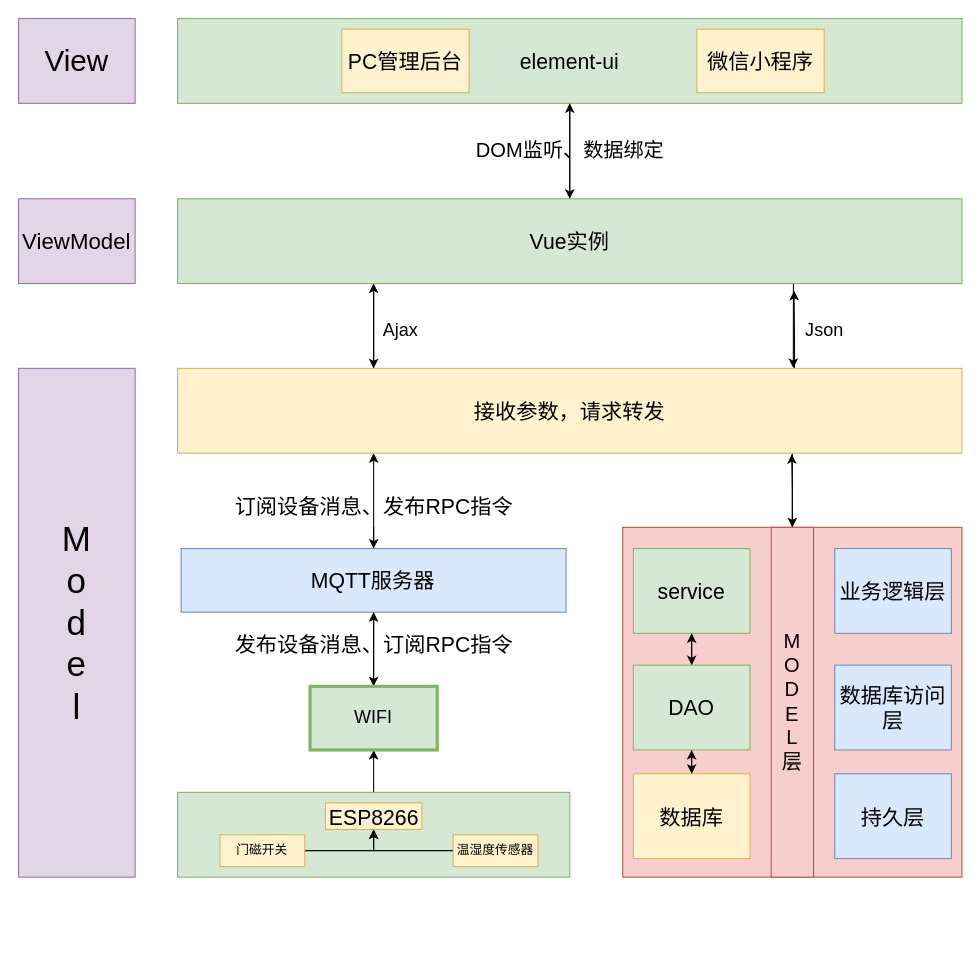
The draw.io diagram resources/未命名绘图.drawio in LY220214/LY220214.github.io, before the edit. Source tidied: cells renumbered, new cells numbered last; positions are measured from the earlier drawing's top-left corner, leaving out a move shared by most shapes. Both pictures are drawn from the tidied source at 106%, with x=0, y=0 at pixel (18, 18).
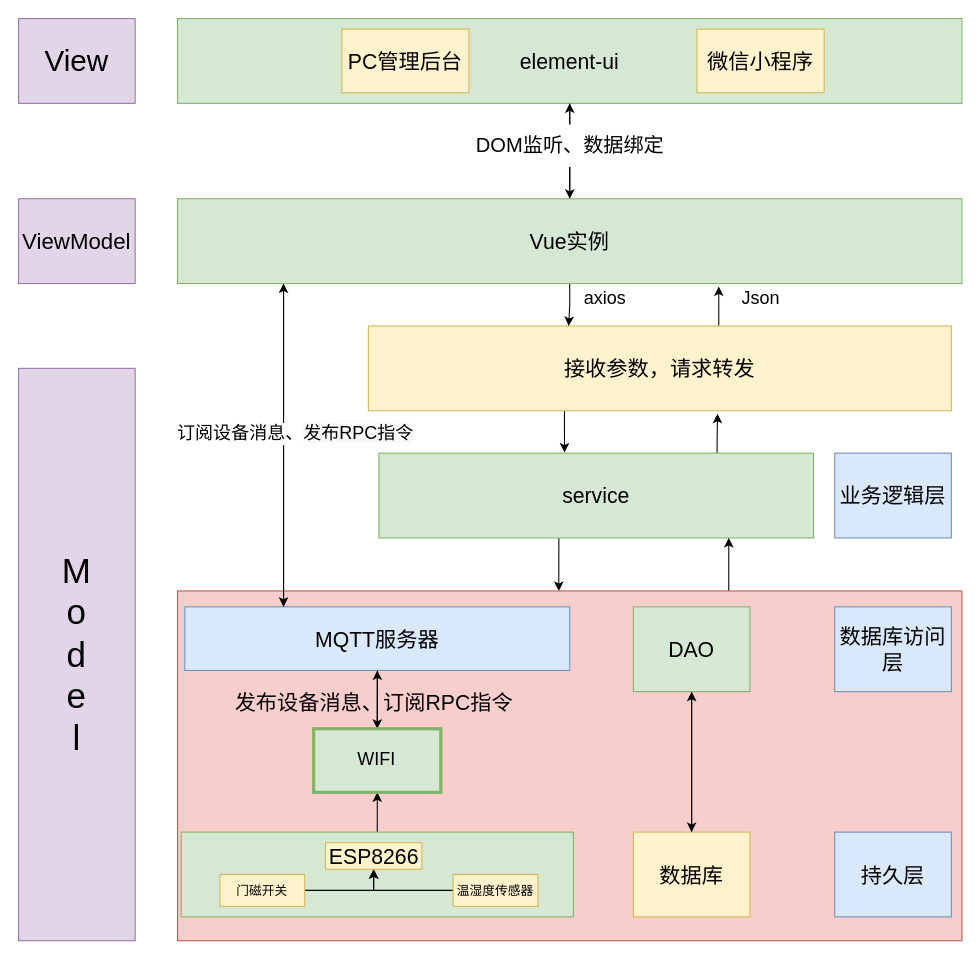
The same page after the edit.

Unchanged cells that the change refers to:
```xml
<mxCell id="41" value="Vue实例" style="rounded=0;whiteSpace=wrap;html=1;fontSize=20;fillColor=#d5e8d4;strokeColor=#82b366;" parent="1" vertex="1">
  <mxGeometry x="150" y="170" width="740" height="80" as="geometry" />
</mxCell>
```

The edit, as a diff of the source:
```diff
@@
+    <mxCell id="48" style="edgeStyle=orthogonalEdgeStyle;rounded=0;jettySize=auto;html=1;entryX=0.486;entryY=0;entryDx=0;entryDy=0;entryPerimeter=0;fontSize=17;fontColor=#000000;exitX=0.414;exitY=1;exitDx=0;exitDy=0;exitPerimeter=0;" parent="1" edge="1" source="31" target="2">
+      <mxGeometry relative="1" as="geometry" />
+    </mxCell>
+    <mxCell id="49" style="edgeStyle=orthogonalEdgeStyle;rounded=0;jettySize=auto;html=1;entryX=0.599;entryY=1.035;entryDx=0;entryDy=0;entryPerimeter=0;fontSize=17;fontColor=#000000;" parent="1" edge="1" source="31" target="23">
+      <mxGeometry relative="1" as="geometry">
+        <Array as="points">
+          <mxPoint x="659" y="400" />
+          <mxPoint x="659" y="400" />
+        </Array>
+      </mxGeometry>
+    </mxCell>
+    <mxCell id="31" value="service" style="rounded=0;whiteSpace=wrap;html=1;fontSize=20;fillColor=#d5e8d4;strokeColor=#82b366;" parent="1" vertex="1">
+      <mxGeometry x="340" y="410" width="410" height="80" as="geometry" />
+    </mxCell>
+    <mxCell id="50" style="edgeStyle=orthogonalEdgeStyle;rounded=0;jettySize=auto;html=1;entryX=0.805;entryY=1;entryDx=0;entryDy=0;entryPerimeter=0;fontSize=17;fontColor=#000000;" parent="1" edge="1" source="2" target="31">
+      <mxGeometry relative="1" as="geometry">
+        <Array as="points">
+          <mxPoint x="670" y="520" />
+          <mxPoint x="670" y="520" />
+        </Array>
+      </mxGeometry>
+    </mxCell>
     <mxCell id="2" style="rounded=0;whiteSpace=wrap;html=1;labelBackgroundColor=none;fontSize=28;fillColor=#f8cecc;strokeColor=#b85450;" parent="1" vertex="1">
-      <mxGeometry x="570" y="480" width="320" height="330" as="geometry" />
+      <mxGeometry x="150" y="540" width="740" height="330" as="geometry" />
     </mxCell>
@@
     <mxCell id="4" style="rounded=0;whiteSpace=wrap;html=1;fillColor=#d5e8d4;strokeColor=#82b366;" parent="1" vertex="1">
-      <mxGeometry x="150" y="730" width="370" height="80" as="geometry" />
+      <mxGeometry x="153.4" y="767.5" width="370" height="80" as="geometry" />
     </mxCell>
@@
     <mxCell id="6" value="门磁开关" style="rounded=0;whiteSpace=wrap;html=1;fillColor=#fff2cc;strokeColor=#d6b656;" parent="1" vertex="1">
-      <mxGeometry x="190" y="770" width="80" height="30" as="geometry" />
+      <mxGeometry x="190" y="807.5" width="80" height="30" as="geometry" />
     </mxCell>
@@
     <mxCell id="8" value="温湿度传感器" style="rounded=0;whiteSpace=wrap;html=1;fillColor=#fff2cc;strokeColor=#d6b656;" parent="1" vertex="1">
-      <mxGeometry x="410" y="770" width="80" height="30" as="geometry" />
+      <mxGeometry x="410" y="807.5" width="80" height="30" as="geometry" />
     </mxCell>
-    <mxCell id="9" style="edgeStyle=orthogonalEdgeStyle;rounded=0;jettySize=auto;html=1;entryX=0.25;entryY=1;entryDx=0;entryDy=0;" parent="1" edge="1" source="11" target="23">
-      <mxGeometry relative="1" as="geometry" />
-    </mxCell>
@@
+    <mxCell id="51" style="edgeStyle=orthogonalEdgeStyle;rounded=0;jettySize=auto;html=1;fontSize=17;fontColor=#000000;" parent="1" edge="1" source="11">
+      <mxGeometry relative="1" as="geometry">
+        <mxPoint x="250" y="250" as="targetPoint" />
+        <Array as="points">
+          <mxPoint x="250" y="510" />
+          <mxPoint x="250" y="510" />
+        </Array>
+      </mxGeometry>
+    </mxCell>
     <mxCell id="11" value="MQTT服务器" style="rounded=0;whiteSpace=wrap;html=1;fontSize=20;fillColor=#dae8fc;strokeColor=#6c8ebf;" parent="1" vertex="1">
-      <mxGeometry x="153.4" y="500" width="363.1" height="60" as="geometry" />
+      <mxGeometry x="156.9" y="555" width="363.1" height="60" as="geometry" />
     </mxCell>
@@
     <mxCell id="16" value="发布设备消息、订阅RPC指令" style="text;html=1;align=center;verticalAlign=middle;strokeColor=none;fillColor=none;fontSize=20;" parent="1" vertex="1">
-      <mxGeometry x="190" y="570" width="290" height="40" as="geometry" />
+      <mxGeometry x="190" y="625" width="290" height="40" as="geometry" />
     </mxCell>
@@
     <mxCell id="18" value="数据库" style="rounded=0;whiteSpace=wrap;html=1;fontSize=20;fillColor=#fff2cc;strokeColor=#d6b656;" parent="1" vertex="1">
-      <mxGeometry x="580" y="712.5" width="110" height="80" as="geometry" />
+      <mxGeometry x="580" y="767.5" width="110" height="80" as="geometry" />
     </mxCell>
-    <mxCell id="19" style="edgeStyle=orthogonalEdgeStyle;rounded=0;jettySize=auto;html=1;startArrow=none;" parent="1" edge="1" source="24" target="11">
-      <mxGeometry relative="1" as="geometry">
-        <Array as="points">
-          <mxPoint x="335" y="450" />
-        </Array>
-      </mxGeometry>
-    </mxCell>
-    <mxCell id="20" style="edgeStyle=orthogonalEdgeStyle;rounded=0;jettySize=auto;html=1;entryX=0.25;entryY=1;entryDx=0;entryDy=0;fontSize=19;fontColor=#000000;" parent="1" edge="1" source="23" target="41">
-      <mxGeometry relative="1" as="geometry">
-        <Array as="points">
-          <mxPoint x="335" y="310" />
-          <mxPoint x="335" y="310" />
-        </Array>
-      </mxGeometry>
-    </mxCell>
-    <mxCell id="21" style="edgeStyle=orthogonalEdgeStyle;rounded=0;jettySize=auto;html=1;entryX=0.786;entryY=1.086;entryDx=0;entryDy=0;entryPerimeter=0;fontSize=28;fontColor=#000000;" parent="1" edge="1" source="23" target="41">
-      <mxGeometry relative="1" as="geometry">
-        <Array as="points">
-          <mxPoint x="732" y="300" />
-          <mxPoint x="732" y="300" />
-        </Array>
-      </mxGeometry>
-    </mxCell>
-    <mxCell id="22" style="edgeStyle=orthogonalEdgeStyle;rounded=0;jettySize=auto;html=1;entryX=0.5;entryY=0;entryDx=0;entryDy=0;fontSize=28;fontColor=#000000;" parent="1" edge="1" source="23" target="37">
-      <mxGeometry relative="1" as="geometry">
-        <Array as="points">
-          <mxPoint x="730" y="430" />
-          <mxPoint x="730" y="430" />
-        </Array>
-      </mxGeometry>
-    </mxCell>
+    <mxCell id="52" style="edgeStyle=orthogonalEdgeStyle;rounded=0;jettySize=auto;html=1;entryX=0.427;entryY=-0.007;entryDx=0;entryDy=0;entryPerimeter=0;fontSize=17;fontColor=#000000;" parent="1" edge="1" source="23" target="31">
+      <mxGeometry relative="1" as="geometry">
+        <Array as="points">
+          <mxPoint x="515" y="390" />
+          <mxPoint x="515" y="390" />
+        </Array>
+      </mxGeometry>
+    </mxCell>
+    <mxCell id="53" style="edgeStyle=orthogonalEdgeStyle;rounded=0;jettySize=auto;html=1;entryX=0.69;entryY=1.035;entryDx=0;entryDy=0;entryPerimeter=0;fontSize=17;fontColor=#000000;" parent="1" edge="1" source="23" target="41">
+      <mxGeometry relative="1" as="geometry">
+        <Array as="points">
+          <mxPoint x="660" y="270" />
+        </Array>
+      </mxGeometry>
+    </mxCell>
     <mxCell id="23" value="接收参数，请求转发" style="rounded=0;whiteSpace=wrap;html=1;fontSize=20;fillColor=#fff2cc;strokeColor=#d6b656;" parent="1" vertex="1">
-      <mxGeometry x="150" y="330" width="740" height="80" as="geometry" />
+      <mxGeometry x="330" y="290" width="550" height="80" as="geometry" />
     </mxCell>
-    <mxCell id="24" value="订阅设备消息、发布RPC指令" style="text;html=1;align=center;verticalAlign=middle;points=[];strokeColor=none;fillColor=none;fontSize=20;" parent="1" vertex="1">
-      <mxGeometry x="190" y="440" width="290" height="40" as="geometry" />
-    </mxCell>
     <mxCell id="25" value="&lt;h3&gt;&lt;span style=&quot;font-weight: normal;&quot;&gt;&lt;font style=&quot;font-size: 20px;&quot;&gt;ESP8266&lt;/font&gt;&lt;/span&gt;&lt;/h3&gt;" style="rounded=0;whiteSpace=wrap;html=1;fillColor=#fff2cc;strokeColor=#d6b656;" parent="1" vertex="1">
-      <mxGeometry x="289.5" y="740" width="91" height="25" as="geometry" />
+      <mxGeometry x="289.5" y="777.5" width="91" height="25" as="geometry" />
     </mxCell>
@@
     <mxCell id="27" value="WIFI" style="rounded=0;whiteSpace=wrap;html=1;fontSize=17;strokeWidth=3;fillColor=#d5e8d4;strokeColor=#82b366;" parent="1" vertex="1">
-      <mxGeometry x="275" y="630" width="120" height="60" as="geometry" />
+      <mxGeometry x="278.4" y="670" width="120" height="60" as="geometry" />
     </mxCell>
     <mxCell id="28" value="持久层" style="rounded=0;whiteSpace=wrap;html=1;fontSize=20;fillColor=#dae8fc;strokeColor=#6c8ebf;" parent="1" vertex="1">
-      <mxGeometry x="770" y="712.5" width="110" height="80" as="geometry" />
+      <mxGeometry x="770" y="767.5" width="110" height="80" as="geometry" />
     </mxCell>
     <mxCell id="29" value="业务逻辑层" style="rounded=0;whiteSpace=wrap;html=1;fontSize=20;fillColor=#dae8fc;strokeColor=#6c8ebf;" parent="1" vertex="1">
-      <mxGeometry x="770" y="500" width="110" height="80" as="geometry" />
+      <mxGeometry x="770" y="410" width="110" height="80" as="geometry" />
     </mxCell>
-    <mxCell id="30" style="edgeStyle=orthogonalEdgeStyle;rounded=0;jettySize=auto;html=1;entryX=0.5;entryY=0;entryDx=0;entryDy=0;fontSize=19;fontColor=#67AB9F;" parent="1" edge="1" source="31" target="34">
-      <mxGeometry relative="1" as="geometry" />
-    </mxCell>
-    <mxCell id="31" value="service" style="rounded=0;whiteSpace=wrap;html=1;fontSize=20;fillColor=#d5e8d4;strokeColor=#82b366;" parent="1" vertex="1">
-      <mxGeometry x="580" y="500" width="110" height="80" as="geometry" />
-    </mxCell>
@@
-    <mxCell id="33" style="edgeStyle=orthogonalEdgeStyle;rounded=0;jettySize=auto;html=1;entryX=0.5;entryY=1;entryDx=0;entryDy=0;fontSize=19;fontColor=#67AB9F;" parent="1" edge="1" source="34" target="31">
-      <mxGeometry relative="1" as="geometry" />
-    </mxCell>
     <mxCell id="34" value="DAO" style="rounded=0;whiteSpace=wrap;html=1;fontSize=20;fillColor=#d5e8d4;strokeColor=#82b366;" parent="1" vertex="1">
-      <mxGeometry x="580" y="610" width="110" height="80" as="geometry" />
+      <mxGeometry x="580" y="555" width="110" height="80" as="geometry" />
     </mxCell>
     <mxCell id="35" value="数据库访问层" style="rounded=0;whiteSpace=wrap;html=1;fontSize=20;fillColor=#dae8fc;strokeColor=#6c8ebf;" parent="1" vertex="1">
-      <mxGeometry x="770" y="610" width="110" height="80" as="geometry" />
+      <mxGeometry x="770" y="555" width="110" height="80" as="geometry" />
     </mxCell>
-    <mxCell id="36" style="edgeStyle=orthogonalEdgeStyle;rounded=0;jettySize=auto;html=1;entryX=0.783;entryY=1.014;entryDx=0;entryDy=0;entryPerimeter=0;fontSize=28;fontColor=#000000;" parent="1" edge="1" source="37" target="23">
-      <mxGeometry relative="1" as="geometry" />
-    </mxCell>
-    <mxCell id="37" value="M&lt;br&gt;O&lt;br&gt;D&lt;br&gt;E&lt;br&gt;L&lt;br&gt;层" style="rounded=0;html=1;fontSize=19;whiteSpace=wrap;labelBackgroundColor=none;fillColor=#f8cecc;strokeColor=#b85450;" parent="1" vertex="1">
-      <mxGeometry x="710" y="480" width="40" height="330" as="geometry" />
-    </mxCell>
@@
-    <mxCell id="39" style="edgeStyle=orthogonalEdgeStyle;rounded=0;jettySize=auto;html=1;entryX=0.25;entryY=0;entryDx=0;entryDy=0;fontSize=19;fontColor=#000000;" parent="1" edge="1" source="41" target="23">
-      <mxGeometry relative="1" as="geometry">
-        <Array as="points">
-          <mxPoint x="335" y="280" />
-          <mxPoint x="335" y="280" />
-        </Array>
-      </mxGeometry>
-    </mxCell>
-    <mxCell id="40" style="edgeStyle=orthogonalEdgeStyle;rounded=0;jettySize=auto;html=1;entryX=0.785;entryY=-0.004;entryDx=0;entryDy=0;entryPerimeter=0;fontSize=28;fontColor=#000000;" parent="1" edge="1" source="41" target="23">
-      <mxGeometry relative="1" as="geometry">
-        <Array as="points">
-          <mxPoint x="731" y="270" />
-          <mxPoint x="731" y="270" />
-        </Array>
-      </mxGeometry>
-    </mxCell>
+    <mxCell id="54" style="edgeStyle=orthogonalEdgeStyle;rounded=0;jettySize=auto;html=1;fontSize=28;fontColor=#000000;" parent="1" edge="1" source="41">
+      <mxGeometry relative="1" as="geometry">
+        <mxPoint x="250" y="555" as="targetPoint" />
+        <Array as="points">
+          <mxPoint x="250" y="555" />
+        </Array>
+      </mxGeometry>
+    </mxCell>
+    <mxCell id="55" value="订阅设备消息、&lt;span style=&quot;background-color: rgb(248, 249, 250);&quot;&gt;发布RPC指令&lt;/span&gt;" style="edgeLabel;html=1;align=center;verticalAlign=middle;fontSize=17;fontColor=#000000;" parent="54" vertex="1">
+      <mxGeometry x="0.1" y="-4" relative="1" as="geometry">
+        <mxPoint x="14" y="-27" as="offset" />
+      </mxGeometry>
+    </mxCell>
+    <mxCell id="56" style="edgeStyle=orthogonalEdgeStyle;rounded=0;jettySize=auto;html=1;fontSize=17;fontColor=#000000;" parent="1" edge="1" source="41">
+      <mxGeometry relative="1" as="geometry">
+        <mxPoint x="519" y="290" as="targetPoint" />
+      </mxGeometry>
+    </mxCell>
@@
-    <mxCell id="42" value="DOM监听、数据绑定" style="text;html=1;align=center;verticalAlign=middle;strokeColor=none;fillColor=none;fontSize=19;fontColor=#000000;" parent="1" vertex="1">
-      <mxGeometry x="420" y="105" width="200" height="40" as="geometry" />
-    </mxCell>
     <mxCell id="43" value="Json" style="text;html=1;align=center;verticalAlign=middle;strokeColor=none;fillColor=none;fontSize=17;" parent="1" vertex="1">
-      <mxGeometry x="730" y="280" width="60" height="30" as="geometry" />
+      <mxGeometry x="670" y="250" width="60" height="30" as="geometry" />
     </mxCell>
-    <mxCell id="44" value="&lt;font style=&quot;font-size: 17px;&quot;&gt;Ajax&lt;/font&gt;" style="text;html=1;align=center;verticalAlign=middle;strokeColor=none;fillColor=none;fontSize=14;" parent="1" vertex="1">
-      <mxGeometry x="330" y="280" width="60" height="30" as="geometry" />
-    </mxCell>
     <mxCell id="45" value="M&lt;br style=&quot;font-size: 33px;&quot;&gt;o&lt;br style=&quot;font-size: 33px;&quot;&gt;d&lt;br style=&quot;font-size: 33px;&quot;&gt;e&lt;br style=&quot;font-size: 33px;&quot;&gt;l" style="rounded=0;whiteSpace=wrap;html=1;labelBackgroundColor=none;fontSize=33;fillColor=#e1d5e7;strokeColor=#9673a6;" parent="1" vertex="1">
-      <mxGeometry y="330" width="110" height="480" as="geometry" />
+      <mxGeometry y="330" width="110" height="540" as="geometry" />
     </mxCell>
@@
+    <mxCell id="57" value="axios" style="text;html=1;align=center;verticalAlign=middle;strokeColor=none;fillColor=none;fontSize=17;fontColor=#000000;" parent="1" vertex="1">
+      <mxGeometry x="523.4" y="250" width="60" height="30" as="geometry" />
+    </mxCell>
+    <mxCell id="42" value="DOM监听、数据绑定" style="text;html=1;align=center;verticalAlign=middle;fontSize=19;fillColor=default;" parent="1" vertex="1">
+      <mxGeometry x="420" y="100" width="200" height="40" as="geometry" />
+    </mxCell>
```
